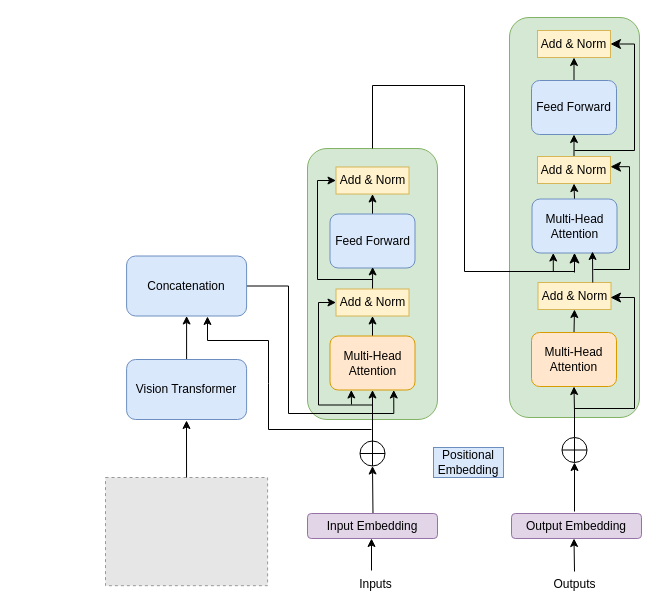
This is Multimodal Transformer.drawio from babangain/drawio, a draw.io file, before an edit. Source tidied: cells renumbered, new cells numbered last; positions are measured from the earlier drawing's top-left corner, leaving out a move shared by most shapes. Both pictures are drawn from the tidied source at 100%, with x=0, y=0 at pixel (105, 17). Pictures stored in the file or linked from it are replaced by grey dashed boxes.
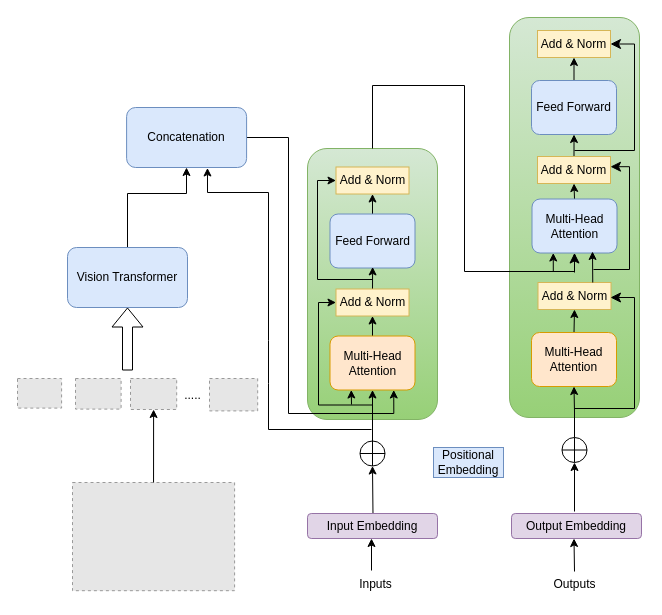
The same diagram, later.

The change refers to these unchanged cells:
```xml
<mxCell id="10" value="Multi-Head&lt;br&gt;Attention" style="rounded=1;whiteSpace=wrap;html=1;fillColor=#ffe6cc;strokeColor=#d79b00;flipV=1;" parent="1" vertex="1">
  <mxGeometry x="224.5" y="318.5" width="85" height="54" as="geometry" />
</mxCell>
```

What changed in the source:
```diff
@@
-    <mxCell id="2" style="rounded=1;whiteSpace=wrap;html=1;fillColor=#d5e8d4;strokeColor=#82b366;" parent="1" vertex="1">
+    <mxCell id="2" style="rounded=1;whiteSpace=wrap;html=1;fillColor=#d5e8d4;strokeColor=#82b366;gradientColor=#97d077;" parent="1" vertex="1">
       <mxGeometry x="202" y="131" width="130" height="271" as="geometry" />
     </mxCell>
@@
-    <mxCell id="14" style="rounded=1;whiteSpace=wrap;html=1;fillColor=#d5e8d4;strokeColor=#82b366;" parent="1" vertex="1">
+    <mxCell id="14" style="rounded=1;whiteSpace=wrap;html=1;fillColor=#d5e8d4;strokeColor=#82b366;gradientColor=#97d077;" parent="1" vertex="1">
       <mxGeometry x="404" width="130" height="400" as="geometry" />
     </mxCell>
@@
     <mxCell id="37" style="fillColor=#E6E6E6;strokeColor=#999999;dashed=1;verticalLabelPosition=bottom;labelBackgroundColor=default;verticalAlign=top;" parent="1" vertex="1">
-      <mxGeometry y="460" width="162.1" height="108.2" as="geometry" />
+      <mxGeometry x="-33" y="465" width="162.1" height="108.2" as="geometry" />
     </mxCell>
-    <mxCell id="38" style="endArrow=classic;html=1;rounded=0;exitX=0.5;exitY=0;exitDx=0;exitDy=0;" parent="1" edge="1" source="37">
-      <mxGeometry relative="1" as="geometry">
-        <mxPoint x="81" y="403" as="targetPoint" />
-      </mxGeometry>
-    </mxCell>
     <mxCell id="39" style="edgeStyle=orthogonalEdgeStyle;rounded=0;jettySize=auto;html=1;entryX=0.75;entryY=1;entryDx=0;entryDy=0;exitX=1;exitY=0.5;exitDx=0;exitDy=0;" parent="1" edge="1" source="49" target="10">
       <mxGeometry relative="1" as="geometry">
         <Array as="points">
-          <mxPoint x="183" y="269" />
+          <mxPoint x="183" y="120" />
           <mxPoint x="183" y="396" />
           <mxPoint x="288" y="396" />
         </Array>
       </mxGeometry>
     </mxCell>
     <mxCell id="40" style="edgeStyle=orthogonalEdgeStyle;rounded=0;jettySize=auto;html=1;" parent="1" edge="1" source="41" target="49">
-      <mxGeometry relative="1" as="geometry" />
+      <mxGeometry relative="1" as="geometry">
+        <Array as="points">
+          <mxPoint x="22" y="176" />
+          <mxPoint x="81" y="176" />
+        </Array>
+      </mxGeometry>
     </mxCell>
     <mxCell id="41" value="Vision Transformer" style="rounded=1;whiteSpace=wrap;html=1;fillColor=#dae8fc;strokeColor=#6c8ebf;" parent="1" vertex="1">
-      <mxGeometry x="21.1" y="342" width="120" height="60" as="geometry" />
+      <mxGeometry x="-38" y="230" width="120" height="60" as="geometry" />
     </mxCell>
@@
     <mxCell id="49" value="Concatenation" style="whiteSpace=wrap;html=1;fillColor=#dae8fc;strokeColor=#6c8ebf;rounded=1;" parent="1" vertex="1">
-      <mxGeometry x="21.1" y="238.5" width="120" height="60" as="geometry" />
+      <mxGeometry x="21.1" y="90" width="120" height="60" as="geometry" />
     </mxCell>
     <mxCell id="50" style="endArrow=classic;html=1;rounded=0;entryX=0.674;entryY=1.008;entryDx=0;entryDy=0;entryPerimeter=0;" parent="1" edge="1" target="49">
       <mxGeometry relative="1" as="geometry">
         <mxPoint x="266" y="412" as="sourcePoint" />
         <Array as="points">
           <mxPoint x="163" y="412" />
           <mxPoint x="163" y="366" />
           <mxPoint x="163" y="323" />
-          <mxPoint x="102" y="323" />
+          <mxPoint x="163" y="175" />
+          <mxPoint x="102" y="175" />
         </Array>
       </mxGeometry>
     </mxCell>
+    <mxCell id="51" style="fillColor=#E6E6E6;strokeColor=#999999;dashed=1;verticalLabelPosition=bottom;labelBackgroundColor=default;verticalAlign=top;" parent="1" vertex="1">
+      <mxGeometry x="-88" y="361" width="44.1" height="29.6" as="geometry" />
+    </mxCell>
+    <mxCell id="52" style="fillColor=#E6E6E6;strokeColor=#999999;dashed=1;verticalLabelPosition=bottom;labelBackgroundColor=default;verticalAlign=top;" parent="1" vertex="1">
+      <mxGeometry x="-30" y="361" width="45.6" height="30.6" as="geometry" />
+    </mxCell>
+    <mxCell id="53" style="fillColor=#E6E6E6;strokeColor=#999999;dashed=1;verticalLabelPosition=bottom;labelBackgroundColor=default;verticalAlign=top;" parent="1" vertex="1">
+      <mxGeometry x="25" y="361" width="46.2" height="31" as="geometry" />
+    </mxCell>
+    <mxCell id="54" style="fillColor=#E6E6E6;strokeColor=#999999;dashed=1;verticalLabelPosition=bottom;labelBackgroundColor=default;verticalAlign=top;" parent="1" vertex="1">
+      <mxGeometry x="104" y="361" width="48.2" height="32.4" as="geometry" />
+    </mxCell>
+    <mxCell id="55" value="....." style="text;html=1;align=center;verticalAlign=middle;strokeColor=none;fillColor=none;" parent="1" vertex="1">
+      <mxGeometry x="69" y="365" width="35" height="26" as="geometry" />
+    </mxCell>
+    <mxCell id="56" style="endArrow=classic;html=1;rounded=0;exitX=0.5;exitY=0;exitDx=0;exitDy=0;entryX=0.5;entryY=1;entryDx=0;entryDy=0;" parent="1" edge="1" source="37" target="53">
+      <mxGeometry relative="1" as="geometry" />
+    </mxCell>
+    <mxCell id="57" style="shape=flexArrow;endArrow=classic;html=1;rounded=0;" parent="1" edge="1" target="41">
+      <mxGeometry relative="1" as="geometry">
+        <mxPoint x="22" y="353" as="sourcePoint" />
+      </mxGeometry>
+    </mxCell>
```
